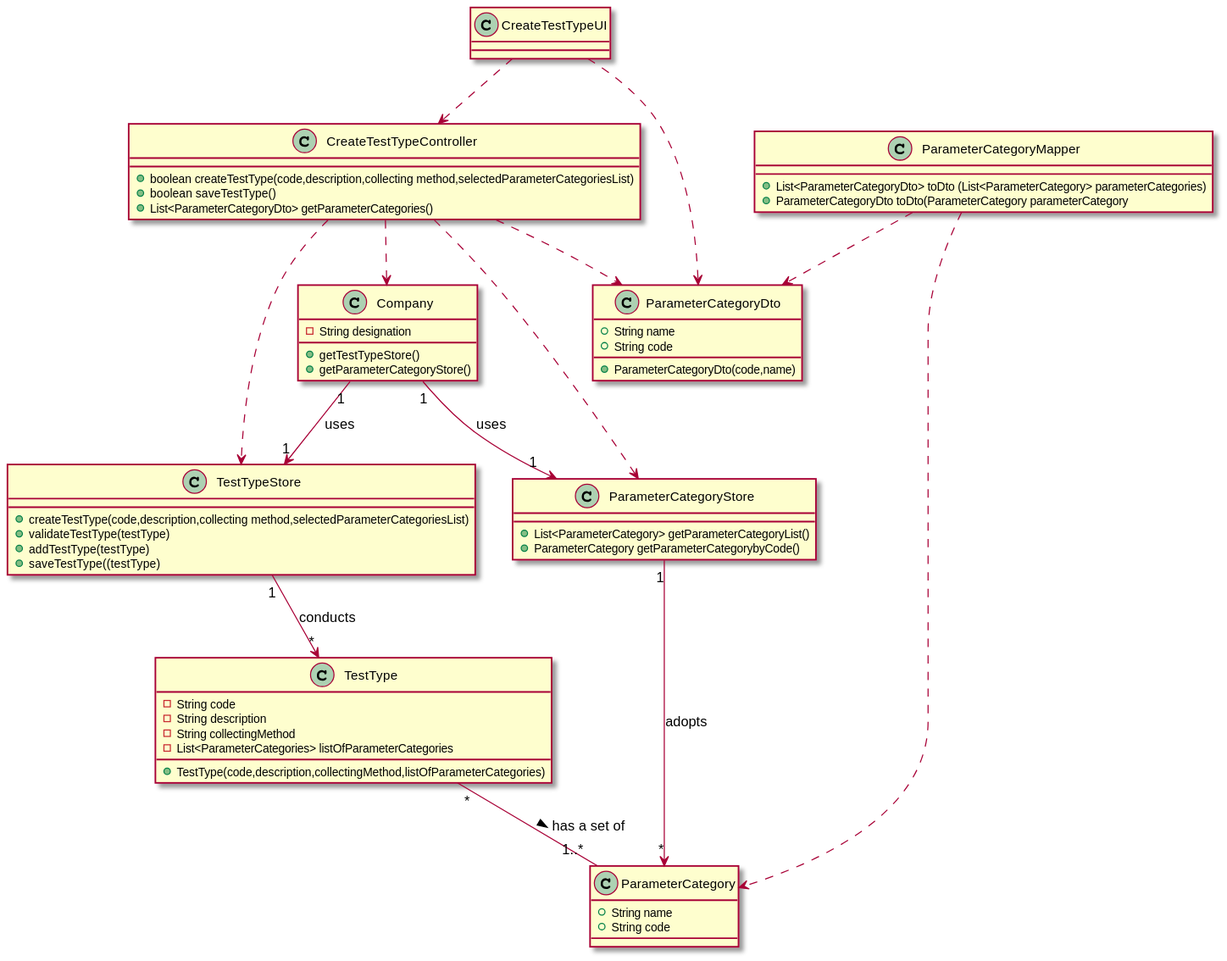
The PlantUML diagram docs/SprintB/US09/US09_CD.svg in manu-07-ela/LAPR2_ISEP, before a commit.
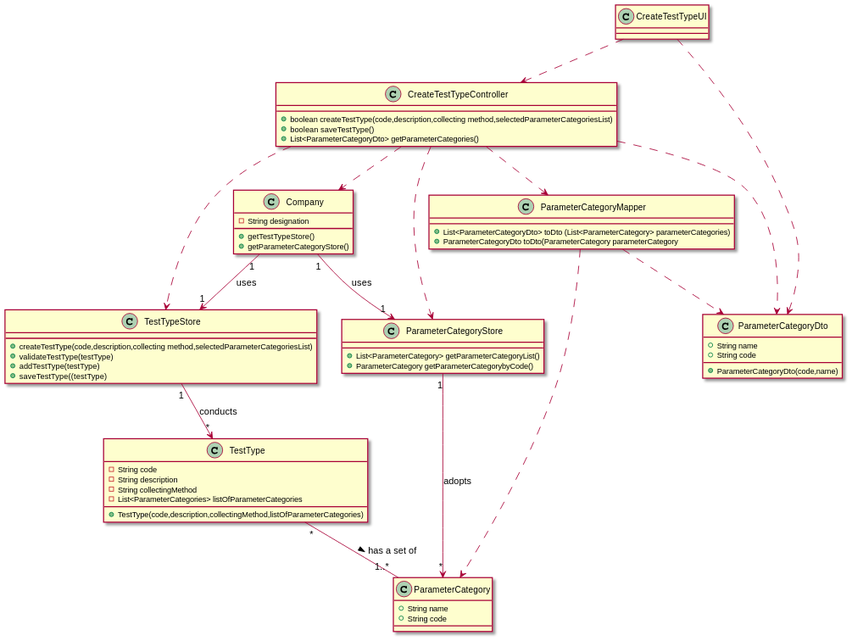
After the commit.

Change to the diagram source:
```diff
@@ -58,6 +58,7 @@
 CreateTestTypeController ..> TestTypeStore
 CreateTestTypeController ..> ParameterCategoryStore
 CreateTestTypeController ..> ParameterCategoryDto
+CreateTestTypeController ..> ParameterCategoryMapper
 Company"1"--> "1" TestTypeStore : uses
 Company"1"--> "1" ParameterCategoryStore : uses
 TestTypeStore "1"-->"*" TestType : conducts
```
